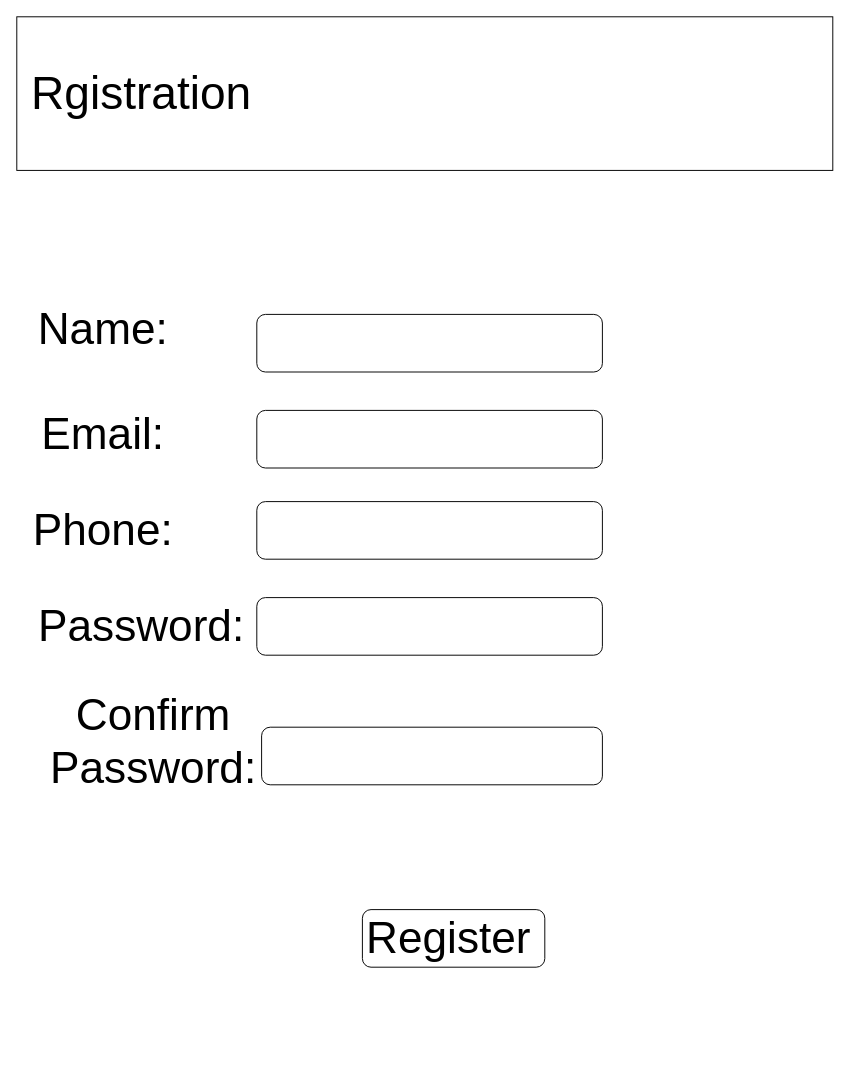
This is page "Registration" (2 of 8) of Untitled Diagram.drawio from XpertBotTeam/smartpropertyweb_frontend, a draw.io file, before an edit. Source tidied: cells renumbered, new cells numbered last; positions are measured from the earlier drawing's top-left corner, leaving out a move shared by most shapes. Both pictures are drawn from the tidied source at 96%, with x=0, y=0 at pixel (16, 16).
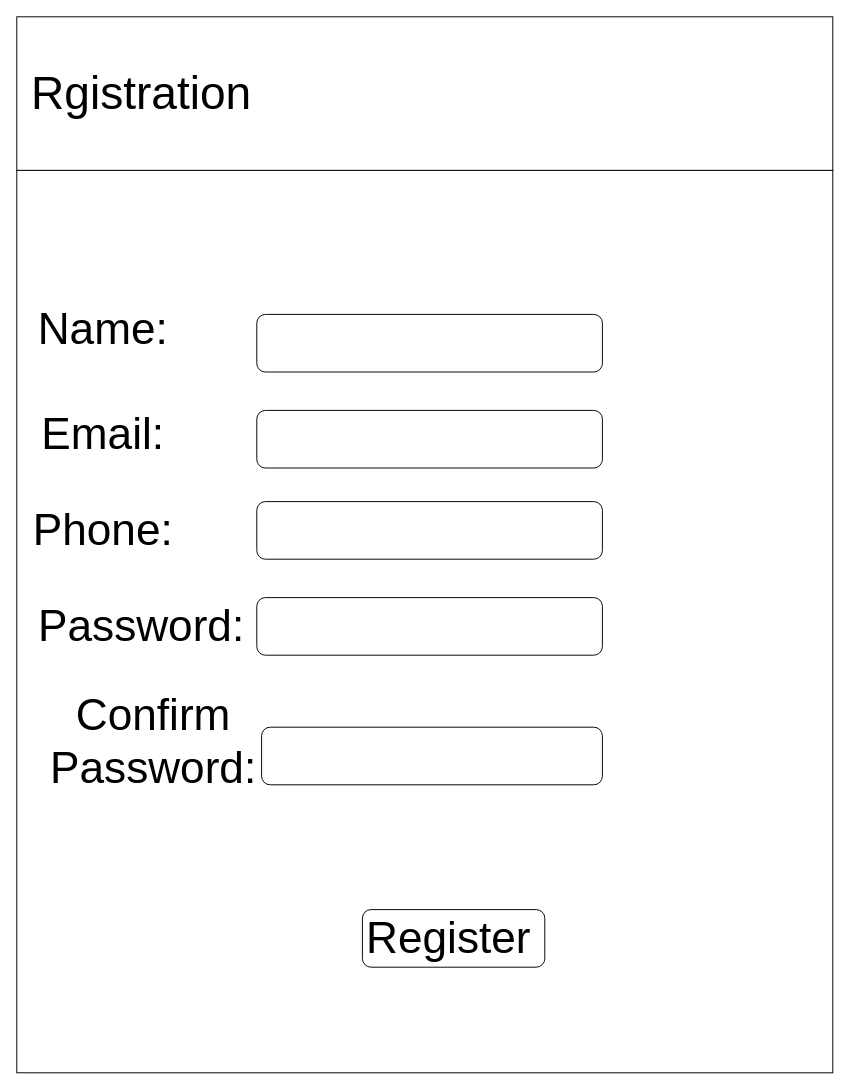
After the change.

The edit, as a diff of the source:
```diff
@@
 <mxGraphModel>
   <root>
     <mxCell id="0" />
     <mxCell id="1" parent="0" />
     <mxCell id="2" style="rounded=0;whiteSpace=wrap;html=1;" parent="1" vertex="1">
       <mxGeometry width="850" height="160" as="geometry" />
     </mxCell>
     <mxCell id="3" value="&lt;font style=&quot;font-size: 48px;&quot;&gt;Rgistration&lt;/font&gt;" style="text;html=1;strokeColor=none;fillColor=none;align=center;verticalAlign=middle;whiteSpace=wrap;rounded=0;" parent="1" vertex="1">
       <mxGeometry x="100" y="65" width="60" height="30" as="geometry" />
     </mxCell>
+    <mxCell id="16" style="rounded=0;whiteSpace=wrap;html=1;" parent="1" vertex="1">
+      <mxGeometry y="160" width="850" height="940" as="geometry" />
+    </mxCell>
     <mxCell id="4" value="&lt;font style=&quot;font-size: 46px;&quot;&gt;Password:&lt;/font&gt;" style="text;html=1;strokeColor=none;fillColor=none;align=center;verticalAlign=middle;whiteSpace=wrap;rounded=0;" parent="1" vertex="1">
       <mxGeometry x="100" y="620" width="60" height="30" as="geometry" />
     </mxCell>
     <mxCell id="5" value="&lt;font style=&quot;font-size: 46px;&quot;&gt;Confirm Password:&lt;/font&gt;" style="text;html=1;strokeColor=none;fillColor=none;align=center;verticalAlign=middle;whiteSpace=wrap;rounded=0;" parent="1" vertex="1">
       <mxGeometry y="710" width="285" height="90" as="geometry" />
     </mxCell>
     <mxCell id="6" value="&lt;font style=&quot;font-size: 46px;&quot;&gt;Phone:&lt;/font&gt;" style="text;html=1;strokeColor=none;fillColor=none;align=center;verticalAlign=middle;whiteSpace=wrap;rounded=0;" parent="1" vertex="1">
       <mxGeometry x="60" y="520" width="60" height="30" as="geometry" />
     </mxCell>
     <mxCell id="7" value="&lt;font style=&quot;font-size: 46px;&quot;&gt;Email:&lt;/font&gt;" style="text;html=1;strokeColor=none;fillColor=none;align=center;verticalAlign=middle;whiteSpace=wrap;rounded=0;" parent="1" vertex="1">
       <mxGeometry x="60" y="420" width="60" height="30" as="geometry" />
     </mxCell>
     <mxCell id="8" value="&lt;font style=&quot;font-size: 46px;&quot;&gt;Name:&lt;/font&gt;" style="text;html=1;strokeColor=none;fillColor=none;align=center;verticalAlign=middle;whiteSpace=wrap;rounded=0;" parent="1" vertex="1">
       <mxGeometry x="60" y="310" width="60" height="30" as="geometry" />
     </mxCell>
     <mxCell id="9" style="rounded=1;whiteSpace=wrap;html=1;" parent="1" vertex="1">
       <mxGeometry x="360" y="930" width="190" height="60" as="geometry" />
     </mxCell>
     <mxCell id="10" value="&lt;font style=&quot;font-size: 46px;&quot;&gt;Register&lt;/font&gt;" style="text;html=1;strokeColor=none;fillColor=none;align=center;verticalAlign=middle;whiteSpace=wrap;rounded=0;" parent="1" vertex="1">
       <mxGeometry x="420" y="945" width="60" height="30" as="geometry" />
     </mxCell>
     <mxCell id="11" style="rounded=1;whiteSpace=wrap;html=1;" parent="1" vertex="1">
       <mxGeometry x="250" y="310" width="360" height="60" as="geometry" />
     </mxCell>
     <mxCell id="12" style="rounded=1;whiteSpace=wrap;html=1;" parent="1" vertex="1">
       <mxGeometry x="250" y="410" width="360" height="60" as="geometry" />
     </mxCell>
     <mxCell id="13" style="rounded=1;whiteSpace=wrap;html=1;" parent="1" vertex="1">
       <mxGeometry x="250" y="505" width="360" height="60" as="geometry" />
     </mxCell>
     <mxCell id="14" style="rounded=1;whiteSpace=wrap;html=1;" parent="1" vertex="1">
       <mxGeometry x="250" y="605" width="360" height="60" as="geometry" />
     </mxCell>
     <mxCell id="15" style="rounded=1;whiteSpace=wrap;html=1;" parent="1" vertex="1">
       <mxGeometry x="255" y="740" width="355" height="60" as="geometry" />
     </mxCell>
   </root>
 </mxGraphModel>
```
